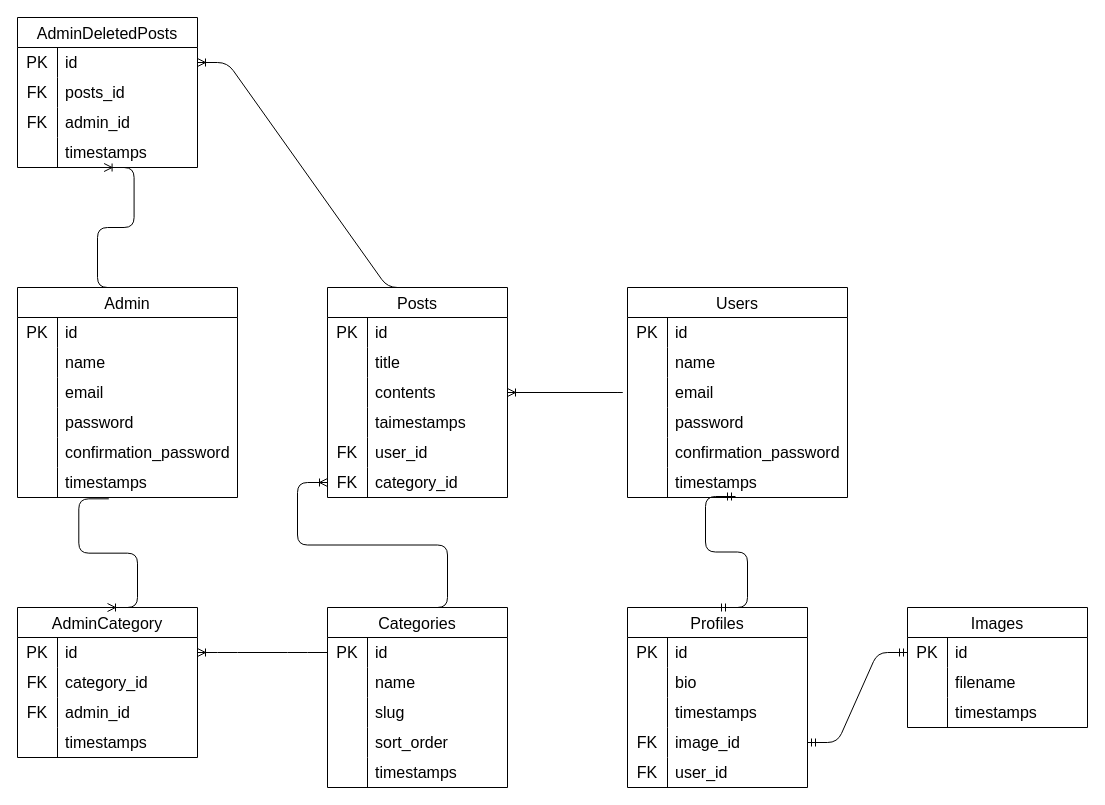
matsudaryuki92/BridgeBoard keeps this draw.io diagram as ER_diargram.drawio. Above is the earlier version. Source tidied: cells renumbered, new cells numbered last; positions are measured from the earlier drawing's top-left corner, leaving out a move shared by most shapes. Both pictures are drawn from the tidied source at 100%, with x=0, y=0 at pixel (7, 17).
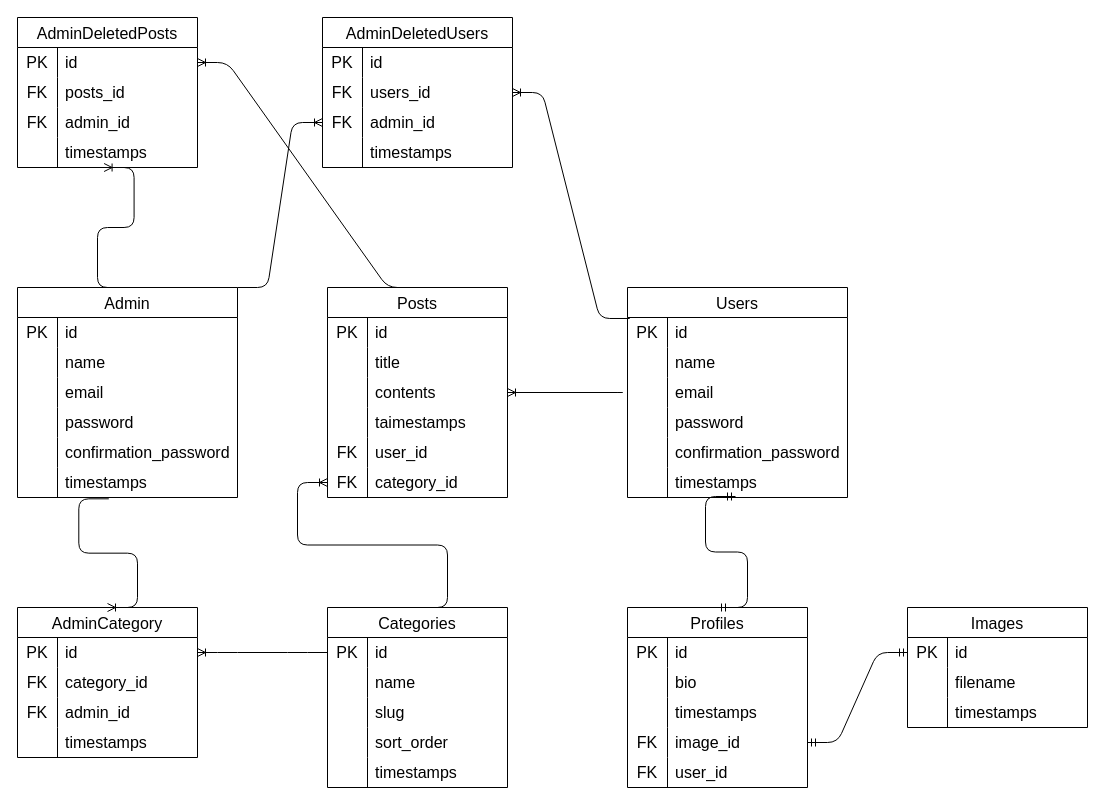
Above is the later version.

Unchanged cells that the change refers to:
```xml
<mxCell id="22" style="shape=tableRow;horizontal=0;startSize=0;swimlaneHead=0;swimlaneBody=0;top=0;left=0;bottom=0;right=0;fillColor=none;points=[[0,0.5],[1,0.5]];portConstraint=eastwest;strokeColor=inherit;fontSize=16;" parent="21" vertex="1">
  <mxGeometry y="30" width="220" height="30" as="geometry" />
</mxCell>
<mxCell id="86" value="Admin" style="shape=table;startSize=30;childLayout=tableLayout;rowLines=0;fontStyle=0;strokeColor=default;fontSize=16;" parent="1" vertex="1">
  <mxGeometry x="10" y="270" width="220" height="210" as="geometry" />
</mxCell>
```

Diff of the diagram source:
```diff
@@
+    <mxCell id="135" style="edgeStyle=entityRelationEdgeStyle;fontSize=12;html=1;endArrow=ERoneToMany;entryX=1;entryY=0.5;entryDx=0;entryDy=0;exitX=0.01;exitY=0.033;exitDx=0;exitDy=0;shadow=0;exitPerimeter=0;" parent="1" edge="1" source="22" target="140">
+      <mxGeometry relative="1" as="geometry">
+        <Array as="points">
+          <mxPoint x="-50" y="220" />
+          <mxPoint x="230" y="-80" />
+          <mxPoint x="-110" y="305" />
+        </Array>
+      </mxGeometry>
+    </mxCell>
@@
+    <mxCell id="136" value="AdminDeletedUsers" style="shape=table;startSize=30;childLayout=tableLayout;rowLines=0;fontStyle=0;strokeColor=default;fontSize=16;" parent="1" vertex="1">
+      <mxGeometry x="315" width="190" height="150" as="geometry" />
+    </mxCell>
+    <mxCell id="137" style="shape=tableRow;horizontal=0;startSize=0;swimlaneHead=0;swimlaneBody=0;top=0;left=0;bottom=0;right=0;fillColor=none;strokeColor=inherit;fontSize=16;" parent="136" vertex="1">
+      <mxGeometry y="30" width="190" height="30" as="geometry" />
+    </mxCell>
+    <mxCell id="138" value="PK" style="shape=partialRectangle;html=1;whiteSpace=wrap;fillColor=none;top=0;left=0;bottom=0;right=0;overflow=hidden;strokeColor=inherit;fontSize=16;" parent="137" vertex="1">
+      <mxGeometry width="40" height="30" as="geometry" />
+    </mxCell>
+    <mxCell id="139" value="id" style="shape=partialRectangle;html=1;whiteSpace=wrap;fillColor=none;top=0;left=0;bottom=0;right=0;align=left;spacingLeft=6;overflow=hidden;strokeColor=inherit;fontSize=16;" parent="137" vertex="1">
+      <mxGeometry x="40" width="150" height="30" as="geometry" />
+    </mxCell>
+    <mxCell id="140" style="shape=tableRow;horizontal=0;startSize=0;swimlaneHead=0;swimlaneBody=0;top=0;left=0;bottom=0;right=0;fillColor=none;points=[[0,0.5],[1,0.5]];portConstraint=eastwest;strokeColor=inherit;fontSize=16;" parent="136" vertex="1">
+      <mxGeometry y="60" width="190" height="30" as="geometry" />
+    </mxCell>
+    <mxCell id="141" value="FK" style="shape=partialRectangle;html=1;whiteSpace=wrap;fillColor=none;top=0;left=0;bottom=0;right=0;overflow=hidden;strokeColor=inherit;fontSize=16;" parent="140" vertex="1">
+      <mxGeometry width="40" height="30" as="geometry" />
+    </mxCell>
+    <mxCell id="142" value="users_id" style="shape=partialRectangle;html=1;whiteSpace=wrap;fillColor=none;top=0;left=0;bottom=0;right=0;align=left;spacingLeft=6;overflow=hidden;strokeColor=inherit;fontSize=16;" parent="140" vertex="1">
+      <mxGeometry x="40" width="150" height="30" as="geometry" />
+    </mxCell>
+    <mxCell id="143" style="shape=tableRow;horizontal=0;startSize=0;swimlaneHead=0;swimlaneBody=0;top=0;left=0;bottom=0;right=0;fillColor=none;points=[[0,0.5],[1,0.5]];portConstraint=eastwest;strokeColor=inherit;fontSize=16;" parent="136" vertex="1">
+      <mxGeometry y="90" width="190" height="30" as="geometry" />
+    </mxCell>
+    <mxCell id="144" value="FK" style="shape=partialRectangle;html=1;whiteSpace=wrap;fillColor=none;top=0;left=0;bottom=0;right=0;overflow=hidden;strokeColor=inherit;fontSize=16;" parent="143" vertex="1">
+      <mxGeometry width="40" height="30" as="geometry" />
+    </mxCell>
+    <mxCell id="145" value="admin_id" style="shape=partialRectangle;html=1;whiteSpace=wrap;fillColor=none;top=0;left=0;bottom=0;right=0;align=left;spacingLeft=6;overflow=hidden;strokeColor=inherit;fontSize=16;" parent="143" vertex="1">
+      <mxGeometry x="40" width="150" height="30" as="geometry" />
+    </mxCell>
+    <mxCell id="146" style="shape=tableRow;horizontal=0;startSize=0;swimlaneHead=0;swimlaneBody=0;top=0;left=0;bottom=0;right=0;fillColor=none;strokeColor=inherit;fontSize=16;" parent="136" vertex="1">
+      <mxGeometry y="120" width="190" height="30" as="geometry" />
+    </mxCell>
+    <mxCell id="147" style="shape=partialRectangle;html=1;whiteSpace=wrap;fillColor=none;top=0;left=0;bottom=0;right=0;overflow=hidden;strokeColor=inherit;fontSize=16;" parent="146" vertex="1">
+      <mxGeometry width="40" height="30" as="geometry" />
+    </mxCell>
+    <mxCell id="148" value="timestamps" style="shape=partialRectangle;html=1;whiteSpace=wrap;fillColor=none;top=0;left=0;bottom=0;right=0;align=left;spacingLeft=6;overflow=hidden;strokeColor=inherit;fontSize=16;" parent="146" vertex="1">
+      <mxGeometry x="40" width="150" height="30" as="geometry" />
+    </mxCell>
+    <mxCell id="149" style="edgeStyle=entityRelationEdgeStyle;fontSize=12;html=1;endArrow=ERoneToMany;entryX=0;entryY=0.5;entryDx=0;entryDy=0;exitX=1;exitY=0;exitDx=0;exitDy=0;" parent="1" edge="1" source="86" target="143">
+      <mxGeometry relative="1" as="geometry">
+        <Array as="points">
+          <mxPoint x="-60" y="210" />
+          <mxPoint x="-120" y="295" />
+        </Array>
+      </mxGeometry>
+    </mxCell>
```
